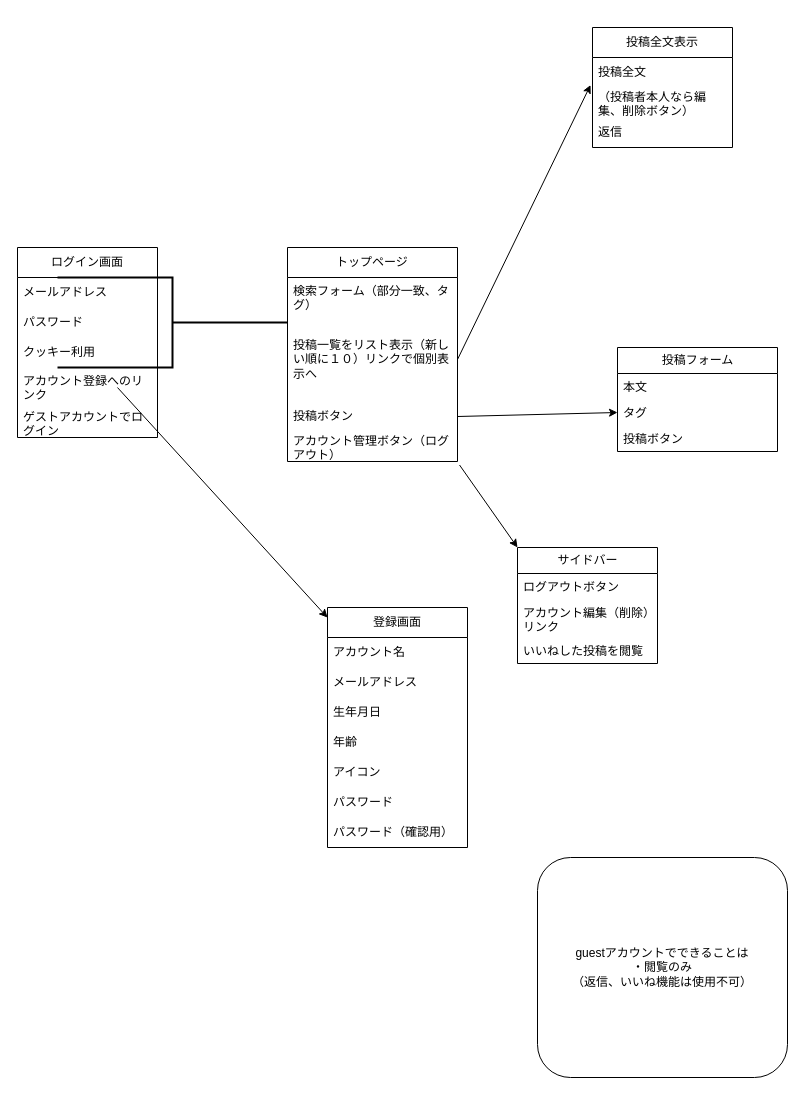
The draw.io diagram 画面遷移図.drawio in sakinaga1110/laravel_bbs, before the edit. Source tidied: cells renumbered, new cells numbered last; positions are measured from the earlier drawing's top-left corner, leaving out a move shared by most shapes. Both pictures are drawn from the tidied source at 100%, with x=0, y=0 at pixel (17, 27).
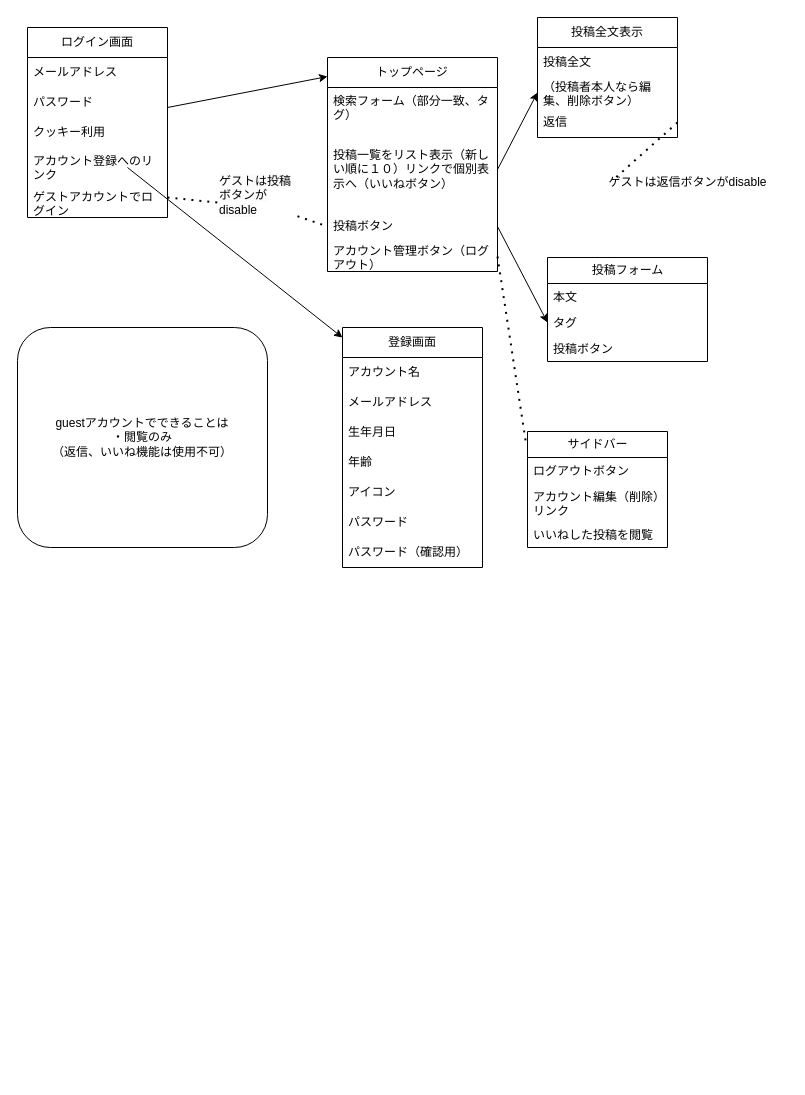
Above is the later version.

Commit message:
画面遷移図.drawio を更新します

The change refers to these unchanged cells:
```xml
<mxCell id="20" value="投稿ボタン" style="text;strokeColor=none;fillColor=none;align=left;verticalAlign=middle;spacingLeft=4;spacingRight=4;overflow=hidden;points=[[0,0.5],[1,0.5]];portConstraint=eastwest;whiteSpace=wrap;html=1;" parent="17" vertex="1">
  <mxGeometry y="154" width="170" height="30" as="geometry" />
</mxCell>
<mxCell id="21" value="アカウント管理ボタン（ログアウト）" style="text;strokeColor=none;fillColor=none;align=left;verticalAlign=middle;spacingLeft=4;spacingRight=4;overflow=hidden;points=[[0,0.5],[1,0.5]];portConstraint=eastwest;whiteSpace=wrap;html=1;" parent="17" vertex="1">
  <mxGeometry y="184" width="170" height="30" as="geometry" />
</mxCell>
<mxCell id="34" value="投稿全文" style="text;strokeColor=none;fillColor=none;align=left;verticalAlign=middle;spacingLeft=4;spacingRight=4;overflow=hidden;points=[[0,0.5],[1,0.5]];portConstraint=eastwest;whiteSpace=wrap;html=1;" parent="33" vertex="1">
  <mxGeometry y="30" width="140" height="30" as="geometry" />
</mxCell>
<mxCell id="35" value="（投稿者本人なら編集、削除ボタン）" style="text;strokeColor=none;fillColor=none;align=left;verticalAlign=middle;spacingLeft=4;spacingRight=4;overflow=hidden;points=[[0,0.5],[1,0.5]];portConstraint=eastwest;whiteSpace=wrap;html=1;" parent="33" vertex="1">
  <mxGeometry y="60" width="140" height="30" as="geometry" />
</mxCell>
<mxCell id="36" value="返信" style="text;strokeColor=none;fillColor=none;align=left;verticalAlign=middle;spacingLeft=4;spacingRight=4;overflow=hidden;points=[[0,0.5],[1,0.5]];portConstraint=eastwest;whiteSpace=wrap;html=1;" parent="33" vertex="1">
  <mxGeometry y="90" width="140" height="30" as="geometry" />
</mxCell>
```

Change to the diagram source:
```diff
@@
     <mxCell id="2" value="ログイン画面" style="swimlane;fontStyle=0;horizontal=1;startSize=30;whiteSpace=wrap;html=1;" parent="1" vertex="1">
-      <mxGeometry y="220" width="140" height="190" as="geometry" />
+      <mxGeometry x="10" width="140" height="190" as="geometry" />
     </mxCell>
@@
     <mxCell id="9" value="登録画面" style="swimlane;fontStyle=0;horizontal=1;startSize=30;whiteSpace=wrap;html=1;" parent="1" vertex="1">
-      <mxGeometry x="310" y="580" width="140" height="240" as="geometry" />
+      <mxGeometry x="325" y="300" width="140" height="240" as="geometry" />
     </mxCell>
@@
     <mxCell id="17" value="トップページ" style="swimlane;fontStyle=0;horizontal=1;startSize=30;whiteSpace=wrap;html=1;" parent="1" vertex="1">
-      <mxGeometry x="270" y="220" width="170" height="214" as="geometry" />
+      <mxGeometry x="310" y="30" width="170" height="214" as="geometry" />
     </mxCell>
@@
-    <mxCell id="19" value="投稿一覧をリスト表示（新しい順に１０）リンクで個別表示へ" style="text;strokeColor=none;fillColor=none;align=left;verticalAlign=middle;spacingLeft=4;spacingRight=4;overflow=hidden;points=[[0,0.5],[1,0.5]];portConstraint=eastwest;whiteSpace=wrap;html=1;" parent="17" vertex="1">
+    <mxCell id="19" value="投稿一覧をリスト表示（新しい順に１０）リンクで個別表示へ（いいねボタン）" style="text;strokeColor=none;fillColor=none;align=left;verticalAlign=middle;spacingLeft=4;spacingRight=4;overflow=hidden;points=[[0,0.5],[1,0.5]];portConstraint=eastwest;whiteSpace=wrap;html=1;" parent="17" vertex="1">
       <mxGeometry y="70" width="170" height="84" as="geometry" />
     </mxCell>
@@
     <mxCell id="22" value="投稿フォーム" style="swimlane;fontStyle=0;horizontal=1;startSize=26;fillColor=none;html=1;" parent="1" vertex="1">
-      <mxGeometry x="600" y="320" width="160" height="104" as="geometry" />
+      <mxGeometry x="530" y="230" width="160" height="104" as="geometry" />
     </mxCell>
@@
-    <mxCell id="26" style="strokeWidth=2;html=1;shape=mxgraph.flowchart.annotation_2;align=left;labelPosition=right;direction=west;" parent="1" vertex="1">
-      <mxGeometry x="40" y="250" width="230" height="90" as="geometry" />
-    </mxCell>
     <mxCell id="27" value="サイドバー" style="swimlane;fontStyle=0;horizontal=1;startSize=26;fillColor=none;html=1;" parent="1" vertex="1">
-      <mxGeometry x="500" y="520" width="140" height="116" as="geometry" />
+      <mxGeometry x="510" y="404" width="140" height="116" as="geometry" />
     </mxCell>
@@
-    <mxCell id="32" style="endArrow=classic;html=1;rounded=0;exitX=1.012;exitY=1.117;exitDx=0;exitDy=0;exitPerimeter=0;entryX=0;entryY=0;entryDx=0;entryDy=0;" parent="1" edge="1" source="21" target="27">
-      <mxGeometry relative="1" as="geometry" />
-    </mxCell>
     <mxCell id="33" value="投稿全文表示" style="swimlane;fontStyle=0;horizontal=1;startSize=30;whiteSpace=wrap;html=1;" parent="1" vertex="1">
-      <mxGeometry x="575" width="140" height="120" as="geometry" />
+      <mxGeometry x="520" y="-10" width="140" height="120" as="geometry" />
     </mxCell>
@@
-    <mxCell id="37" style="endArrow=classic;html=1;rounded=0;entryX=-0.014;entryY=0.917;entryDx=0;entryDy=0;entryPerimeter=0;exitX=1;exitY=0.5;exitDx=0;exitDy=0;" parent="1" edge="1" source="19" target="34">
-      <mxGeometry relative="1" as="geometry" />
-    </mxCell>
     <mxCell id="38" value="guestアカウントでできることは&lt;br&gt;・閲覧のみ&lt;br&gt;（返信、いいね機能は使用不可）" style="rounded=1;whiteSpace=wrap;html=1;" parent="1" vertex="1">
-      <mxGeometry x="520" y="830" width="250" height="220" as="geometry" />
+      <mxGeometry y="300" width="250" height="220" as="geometry" />
     </mxCell>
+    <mxCell id="32" style="endArrow=none;dashed=1;html=1;dashPattern=1 3;strokeWidth=2;rounded=0;entryX=-0.014;entryY=0.078;entryDx=0;entryDy=0;entryPerimeter=0;exitX=1;exitY=0.5;exitDx=0;exitDy=0;" parent="1" edge="1" source="21" target="27">
+      <mxGeometry relative="1" as="geometry" />
+    </mxCell>
+    <mxCell id="39" style="endArrow=none;dashed=1;html=1;dashPattern=1 3;strokeWidth=2;rounded=0;entryX=0;entryY=0.5;entryDx=0;entryDy=0;" parent="1" edge="1" source="41" target="20">
+      <mxGeometry relative="1" as="geometry" />
+    </mxCell>
+    <mxCell id="40" style="endArrow=none;dashed=1;html=1;dashPattern=1 3;strokeWidth=2;rounded=0;entryX=0;entryY=0.5;entryDx=0;entryDy=0;" parent="1" edge="1" target="41">
+      <mxGeometry relative="1" as="geometry">
+        <mxPoint x="150" y="170" as="sourcePoint" />
+      </mxGeometry>
+    </mxCell>
+    <mxCell id="41" value="&lt;span style=&quot;color: rgb(0, 0, 0); font-family: Helvetica; font-size: 12px; font-style: normal; font-variant-ligatures: normal; font-variant-caps: normal; font-weight: 400; letter-spacing: normal; orphans: 2; text-align: center; text-indent: 0px; text-transform: none; widows: 2; word-spacing: 0px; -webkit-text-stroke-width: 0px; background-color: rgb(251, 251, 251); text-decoration-thickness: initial; text-decoration-style: initial; text-decoration-color: initial; float: none; display: inline !important;&quot;&gt;ゲストは投稿ボタンがdisable&lt;/span&gt;" style="text;whiteSpace=wrap;html=1;" parent="1" vertex="1">
+      <mxGeometry x="200" y="140" width="80" height="70" as="geometry" />
+    </mxCell>
+    <mxCell id="42" style="endArrow=classic;html=1;rounded=0;entryX=0;entryY=0.5;entryDx=0;entryDy=0;exitX=1;exitY=0.5;exitDx=0;exitDy=0;" parent="1" edge="1" source="19" target="35">
+      <mxGeometry relative="1" as="geometry" />
+    </mxCell>
+    <mxCell id="43" value="ゲストは返信ボタンがdisable" style="text;html=1;align=center;verticalAlign=middle;points=[];strokeColor=none;fillColor=none;" parent="1" vertex="1">
+      <mxGeometry x="600" y="140" width="140" height="30" as="geometry" />
+    </mxCell>
+    <mxCell id="44" style="endArrow=none;dashed=1;html=1;dashPattern=1 3;strokeWidth=2;rounded=0;exitX=1;exitY=0.5;exitDx=0;exitDy=0;entryX=-0.036;entryY=0.433;entryDx=0;entryDy=0;entryPerimeter=0;" parent="1" edge="1" source="36" target="43">
+      <mxGeometry relative="1" as="geometry" />
+    </mxCell>
+    <mxCell id="45" style="endArrow=classic;html=1;rounded=0;entryX=0;entryY=0.089;entryDx=0;entryDy=0;entryPerimeter=0;" parent="1" edge="1" target="17">
+      <mxGeometry relative="1" as="geometry">
+        <mxPoint x="150" y="80" as="sourcePoint" />
+      </mxGeometry>
+    </mxCell>
```
